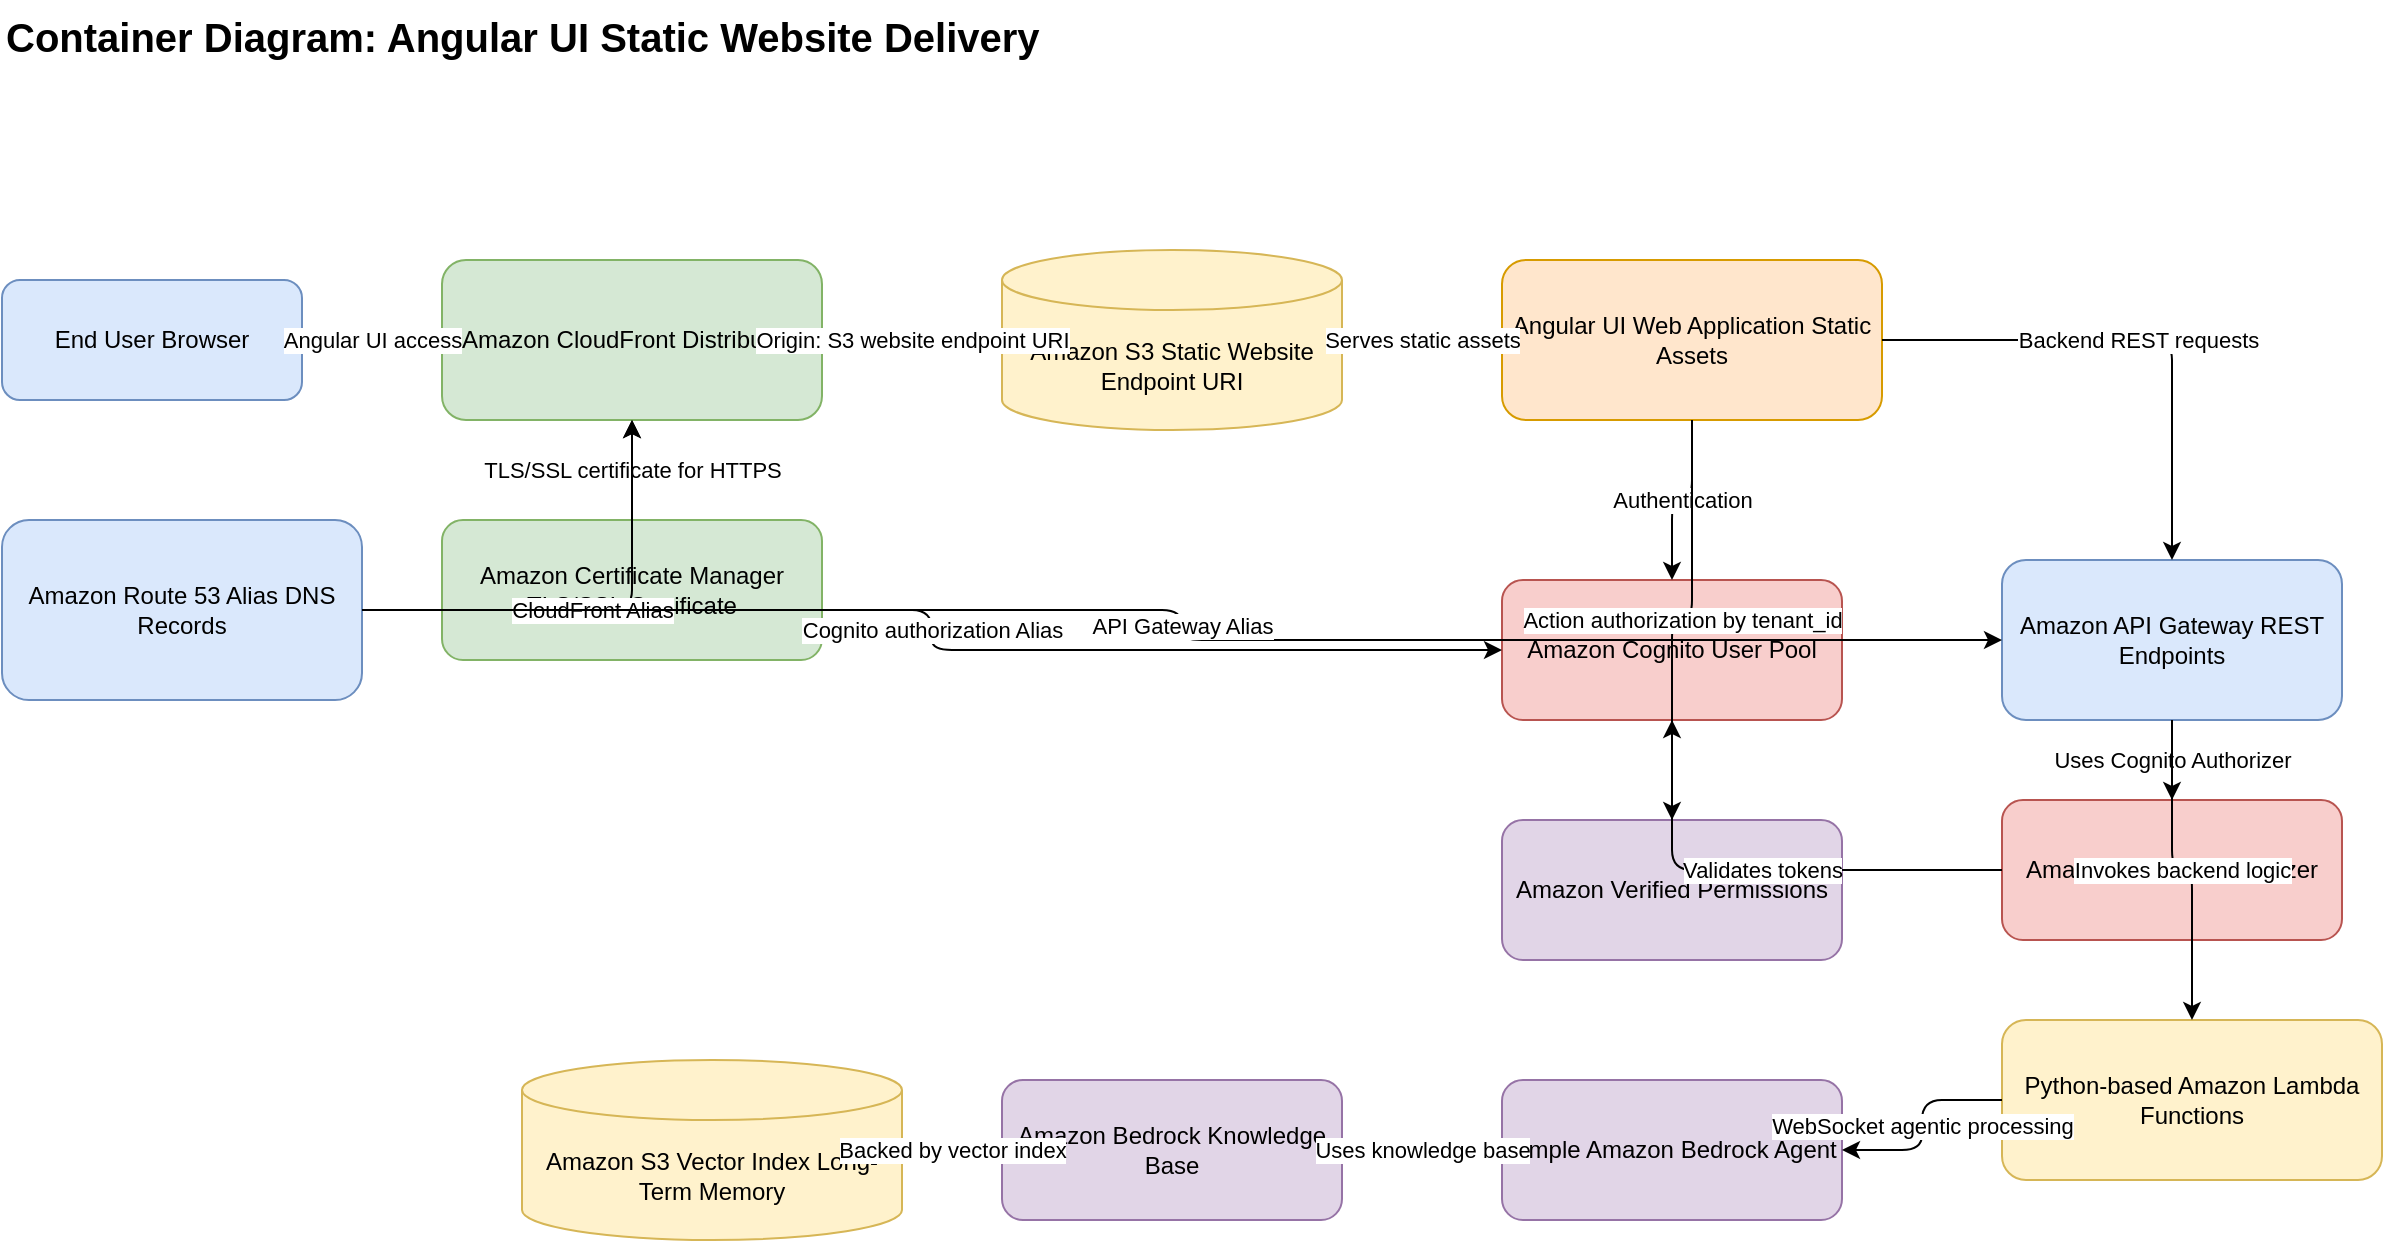
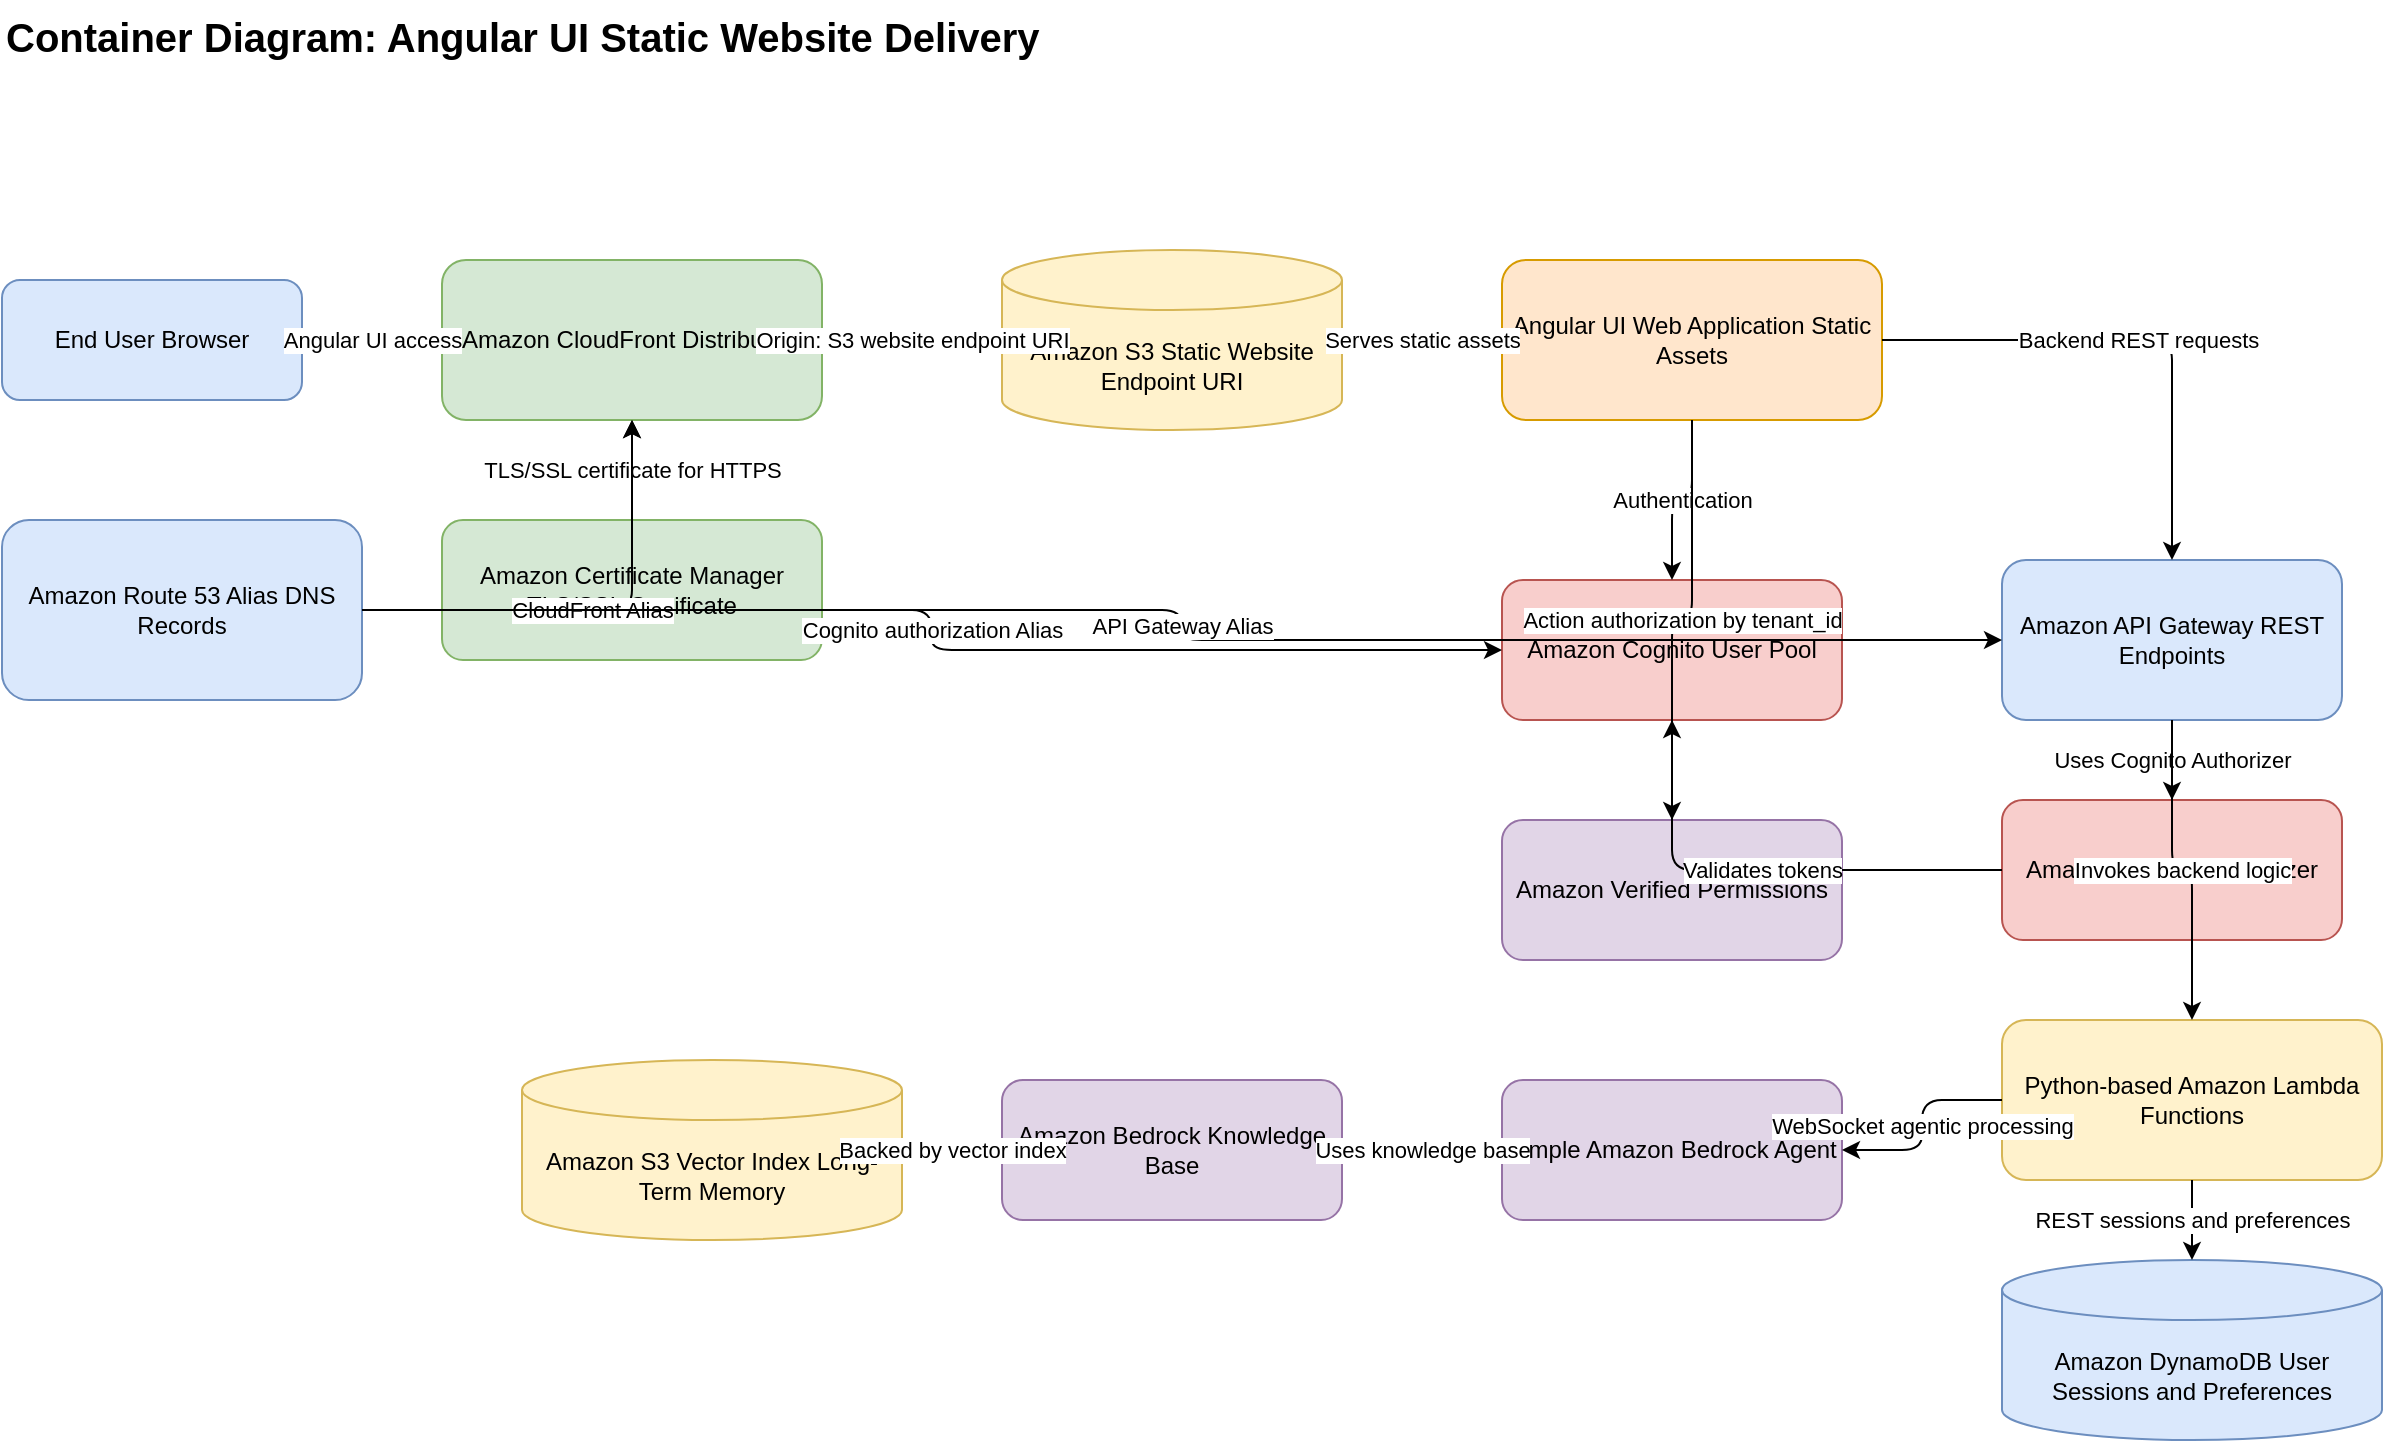
<mxGraphModel dx="1200" dy="800" grid="1" gridSize="10" guides="1" tooltips="1" connect="1" arrows="1" fold="1" page="1" pageScale="1" pageWidth="1200" pageHeight="850" math="0" shadow="0" adaptiveColors="auto">
  <root>
    <mxCell id="0"/>
    <mxCell id="1" parent="0"/>
    <mxCell id="title" value="Container Diagram: Angular UI Static Website Delivery" style="text;html=1;fontSize=20;fontStyle=1;strokeColor=none;fillColor=none;" vertex="1" parent="1">
      <mxGeometry x="40" y="20" width="600" height="40" as="geometry"/>
    </mxCell>
    <mxCell id="user" value="End User Browser" style="rounded=1;whiteSpace=wrap;html=1;fillColor=#dae8fc;strokeColor=#6c8ebf;" vertex="1" parent="1">
      <mxGeometry x="40" y="160" width="150" height="60" as="geometry"/>
    </mxCell>
    <mxCell id="cloudfront" value="Amazon CloudFront Distribution" style="rounded=1;whiteSpace=wrap;html=1;fillColor=#d5e8d4;strokeColor=#82b366;" vertex="1" parent="1">
      <mxGeometry x="260" y="150" width="190" height="80" as="geometry"/>
    </mxCell>
    <mxCell id="route53" value="Amazon Route 53 Alias DNS Records" style="rounded=1;whiteSpace=wrap;html=1;fillColor=#dae8fc;strokeColor=#6c8ebf;" vertex="1" parent="1">
      <mxGeometry x="40" y="280" width="180" height="90" as="geometry"/>
    </mxCell>
    <mxCell id="s3" value="Amazon S3 Static Website Endpoint URI" style="shape=cylinder3;whiteSpace=wrap;html=1;boundedLbl=1;backgroundOutline=1;size=15;fillColor=#fff2cc;strokeColor=#d6b656;" vertex="1" parent="1">
      <mxGeometry x="540" y="145" width="170" height="90" as="geometry"/>
    </mxCell>
    <mxCell id="angular" value="Angular UI Web Application Static Assets" style="rounded=1;whiteSpace=wrap;html=1;fillColor=#ffe6cc;strokeColor=#d79b00;" vertex="1" parent="1">
      <mxGeometry x="790" y="150" width="190" height="80" as="geometry"/>
    </mxCell>
    <mxCell id="cognito" value="Amazon Cognito User Pool" style="rounded=1;whiteSpace=wrap;html=1;fillColor=#f8cecc;strokeColor=#b85450;" vertex="1" parent="1">
      <mxGeometry x="790" y="310" width="170" height="70" as="geometry"/>
    </mxCell>
    <mxCell id="avp" value="Amazon Verified Permissions" style="rounded=1;whiteSpace=wrap;html=1;fillColor=#e1d5e7;strokeColor=#9673a6;" vertex="1" parent="1">
      <mxGeometry x="790" y="430" width="170" height="70" as="geometry"/>
    </mxCell>
    <mxCell id="apigw" value="Amazon API Gateway REST Endpoints" style="rounded=1;whiteSpace=wrap;html=1;fillColor=#dae8fc;strokeColor=#6c8ebf;" vertex="1" parent="1">
      <mxGeometry x="1040" y="300" width="170" height="80" as="geometry"/>
    </mxCell>
    <mxCell id="lambda" value="Python-based Amazon Lambda Functions" style="rounded=1;whiteSpace=wrap;html=1;fillColor=#fff2cc;strokeColor=#d6b656;" vertex="1" parent="1">
      <mxGeometry x="1040" y="530" width="190" height="80" as="geometry"/>
+     </mxCell>
+     <mxCell id="dynamodb" value="Amazon DynamoDB User Sessions and Preferences" style="shape=cylinder3;whiteSpace=wrap;html=1;boundedLbl=1;backgroundOutline=1;size=15;fillColor=#dae8fc;strokeColor=#6c8ebf;" vertex="1" parent="1">
+       <mxGeometry x="1040" y="650" width="190" height="90" as="geometry"/>
    </mxCell>
    <mxCell id="bedrock_agent" value="Simple Amazon Bedrock Agent" style="rounded=1;whiteSpace=wrap;html=1;fillColor=#e1d5e7;strokeColor=#9673a6;" vertex="1" parent="1">
      <mxGeometry x="790" y="560" width="170" height="70" as="geometry"/>
    </mxCell>
    <mxCell id="bedrock_kb" value="Amazon Bedrock Knowledge Base" style="rounded=1;whiteSpace=wrap;html=1;fillColor=#e1d5e7;strokeColor=#9673a6;" vertex="1" parent="1">
      <mxGeometry x="540" y="560" width="170" height="70" as="geometry"/>
    </mxCell>
    <mxCell id="s3_vector" value="Amazon S3 Vector Index Long-Term Memory" style="shape=cylinder3;whiteSpace=wrap;html=1;boundedLbl=1;backgroundOutline=1;size=15;fillColor=#fff2cc;strokeColor=#d6b656;" vertex="1" parent="1">
      <mxGeometry x="300" y="550" width="190" height="90" as="geometry"/>
    </mxCell>
    <mxCell id="cognito_authorizer" value="Amazon Cognito Authorizer" style="rounded=1;whiteSpace=wrap;html=1;fillColor=#f8cecc;strokeColor=#b85450;" vertex="1" parent="1">
      <mxGeometry x="1040" y="420" width="170" height="70" as="geometry"/>
    </mxCell>
    <mxCell id="acm" value="Amazon Certificate Manager TLS/SSL Certificate" style="rounded=1;whiteSpace=wrap;html=1;fillColor=#d5e8d4;strokeColor=#82b366;" vertex="1" parent="1">
      <mxGeometry x="260" y="280" width="190" height="70" as="geometry"/>
    </mxCell>
    <mxCell id="e1" value="Angular UI access" style="edgeStyle=orthogonalEdgeStyle;rounded=1;html=1;endArrow=classic;" edge="1" parent="1" source="user" target="cloudfront">
      <mxGeometry relative="1" as="geometry"/>
    </mxCell>
    <mxCell id="e2" value="Origin: S3 website endpoint URI" style="edgeStyle=orthogonalEdgeStyle;rounded=1;html=1;endArrow=classic;" edge="1" parent="1" source="cloudfront" target="s3">
      <mxGeometry relative="1" as="geometry"/>
    </mxCell>
    <mxCell id="e3" value="Serves static assets" style="edgeStyle=orthogonalEdgeStyle;rounded=1;html=1;endArrow=classic;" edge="1" parent="1" source="s3" target="angular">
      <mxGeometry relative="1" as="geometry"/>
    </mxCell>
    <mxCell id="e4" value="Authentication" style="edgeStyle=orthogonalEdgeStyle;rounded=1;html=1;endArrow=classic;" edge="1" parent="1" source="angular" target="cognito">
      <mxGeometry relative="1" as="geometry"/>
    </mxCell>
    <mxCell id="e5" value="Action authorization by tenant_id" style="edgeStyle=orthogonalEdgeStyle;rounded=1;html=1;endArrow=classic;" edge="1" parent="1" source="angular" target="avp">
      <mxGeometry relative="1" as="geometry"/>
    </mxCell>
    <mxCell id="e6" value="Backend REST requests" style="edgeStyle=orthogonalEdgeStyle;rounded=1;html=1;endArrow=classic;" edge="1" parent="1" source="angular" target="apigw">
      <mxGeometry relative="1" as="geometry"/>
    </mxCell>
    <mxCell id="e7" value="TLS/SSL certificate for HTTPS" style="edgeStyle=orthogonalEdgeStyle;rounded=1;html=1;endArrow=classic;" edge="1" parent="1" source="acm" target="cloudfront">
      <mxGeometry relative="1" as="geometry"/>
    </mxCell>
    <mxCell id="e8" value="CloudFront Alias" style="edgeStyle=orthogonalEdgeStyle;rounded=1;html=1;endArrow=classic;" edge="1" parent="1" source="route53" target="cloudfront">
      <mxGeometry relative="1" as="geometry"/>
    </mxCell>
    <mxCell id="e9" value="Cognito authorization Alias" style="edgeStyle=orthogonalEdgeStyle;rounded=1;html=1;endArrow=classic;" edge="1" parent="1" source="route53" target="cognito">
      <mxGeometry relative="1" as="geometry"/>
    </mxCell>
    <mxCell id="e10" value="API Gateway Alias" style="edgeStyle=orthogonalEdgeStyle;rounded=1;html=1;endArrow=classic;" edge="1" parent="1" source="route53" target="apigw">
      <mxGeometry relative="1" as="geometry"/>
    </mxCell>
    <mxCell id="e11" value="Uses Cognito Authorizer" style="edgeStyle=orthogonalEdgeStyle;rounded=1;html=1;endArrow=classic;" edge="1" parent="1" source="apigw" target="cognito_authorizer">
      <mxGeometry relative="1" as="geometry"/>
    </mxCell>
    <mxCell id="e12" value="Validates tokens" style="edgeStyle=orthogonalEdgeStyle;rounded=1;html=1;endArrow=classic;" edge="1" parent="1" source="cognito_authorizer" target="cognito">
      <mxGeometry relative="1" as="geometry"/>
    </mxCell>
    <mxCell id="e13" value="Invokes backend logic" style="edgeStyle=orthogonalEdgeStyle;rounded=1;html=1;endArrow=classic;" edge="1" parent="1" source="apigw" target="lambda">
      <mxGeometry relative="1" as="geometry"/>
    </mxCell>
    <mxCell id="e14" value="WebSocket agentic processing" style="edgeStyle=orthogonalEdgeStyle;rounded=1;html=1;endArrow=classic;" edge="1" parent="1" source="lambda" target="bedrock_agent">
      <mxGeometry relative="1" as="geometry"/>
    </mxCell>
    <mxCell id="e15" value="Uses knowledge base" style="edgeStyle=orthogonalEdgeStyle;rounded=1;html=1;endArrow=classic;" edge="1" parent="1" source="bedrock_agent" target="bedrock_kb">
      <mxGeometry relative="1" as="geometry"/>
    </mxCell>
    <mxCell id="e16" value="Backed by vector index" style="edgeStyle=orthogonalEdgeStyle;rounded=1;html=1;endArrow=classic;" edge="1" parent="1" source="bedrock_kb" target="s3_vector">
      <mxGeometry relative="1" as="geometry"/>
    </mxCell>
+     <mxCell id="e17" value="REST sessions and preferences" style="edgeStyle=orthogonalEdgeStyle;rounded=1;html=1;endArrow=classic;" edge="1" parent="1" source="lambda" target="dynamodb">
+       <mxGeometry relative="1" as="geometry"/>
+     </mxCell>
  </root>
</mxGraphModel>
